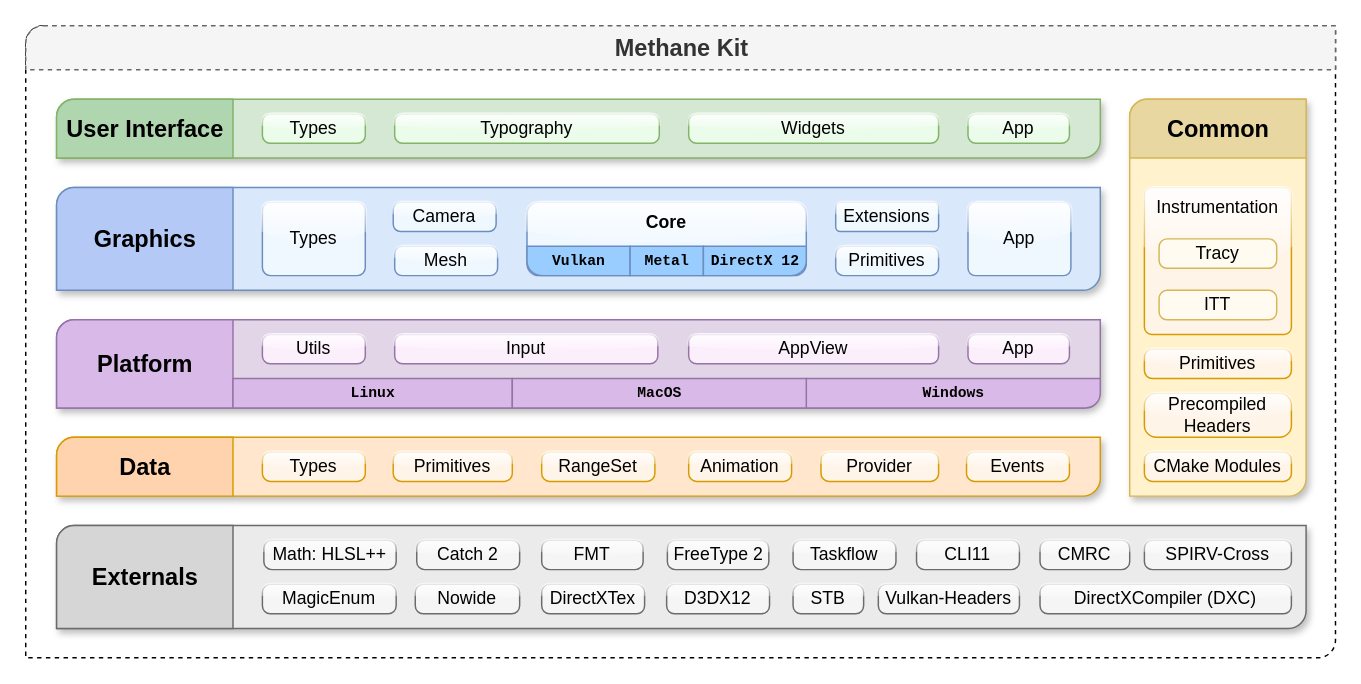
Before: Docs/Diagrams/MethaneKit_HighLevel_Architecture.drawio in MethanePowered/MethaneKit, a draw.io diagram. Source tidied: cells renumbered, new cells numbered last; positions are measured from the earlier drawing's top-left corner, leaving out a move shared by most shapes. Both pictures are drawn from the tidied source at 147%, with x=0, y=0 at pixel (25, 25).
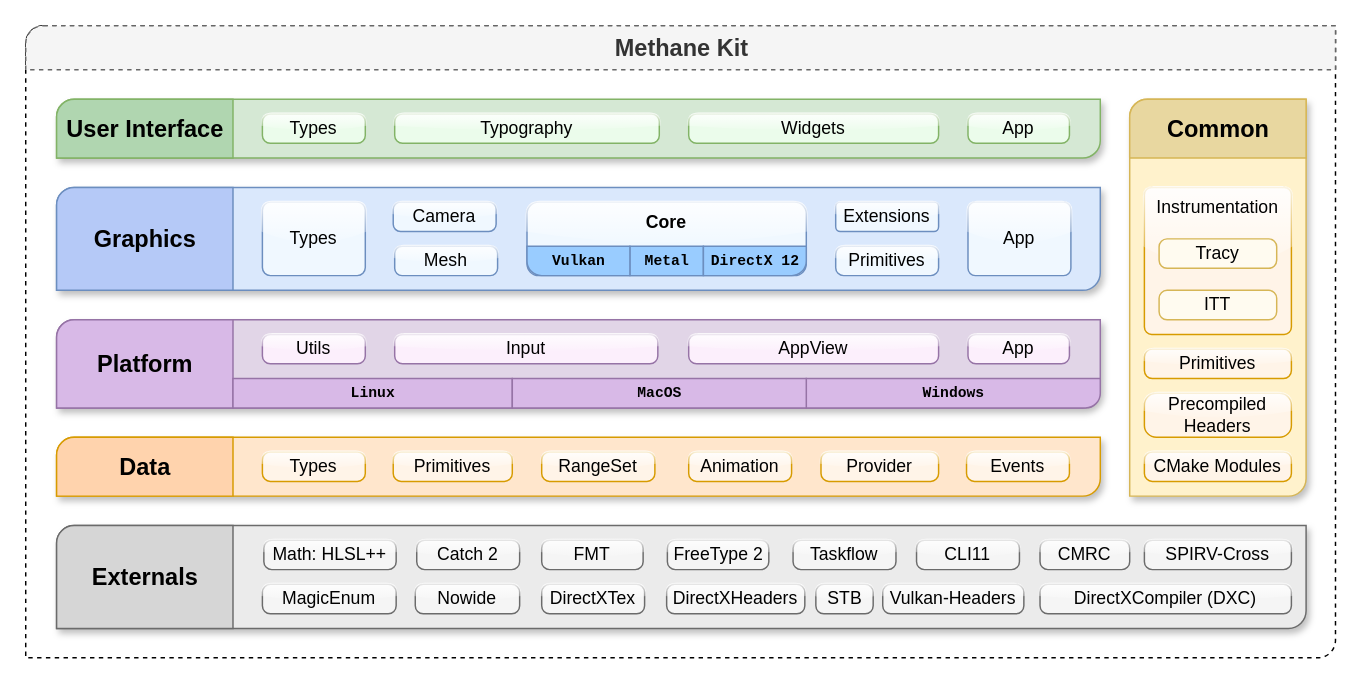
The same diagram, later.

Change to the diagram source:
```diff
@@
     <mxCell id="49" value="STB" style="rounded=1;whiteSpace=wrap;html=1;arcSize=27;glass=1;shadow=0;fillColor=#F5F5F5;strokeColor=#6B6B6B;" parent="1" vertex="1">
-      <mxGeometry x="522" y="380" width="48" height="20" as="geometry" />
+      <mxGeometry x="537.5" y="380" width="39" height="20" as="geometry" />
     </mxCell>
@@
     <mxCell id="51" value="Vulkan-Headers&lt;br&gt;" style="rounded=1;whiteSpace=wrap;html=1;arcSize=27;glass=1;shadow=0;fillColor=#F5F5F5;strokeColor=#6B6B6B;" parent="1" vertex="1">
-      <mxGeometry x="580" y="380" width="96" height="20" as="geometry" />
+      <mxGeometry x="583" y="380" width="96" height="20" as="geometry" />
     </mxCell>
-    <mxCell id="52" value="D3DX12" style="rounded=1;whiteSpace=wrap;html=1;arcSize=27;glass=1;shadow=0;fillColor=#F5F5F5;strokeColor=#6B6B6B;" parent="1" vertex="1">
-      <mxGeometry x="436" y="380" width="70" height="20" as="geometry" />
+    <mxCell id="52" value="DirectXHeaders" style="rounded=1;whiteSpace=wrap;html=1;arcSize=27;glass=1;shadow=0;fillColor=#F5F5F5;strokeColor=#6B6B6B;" parent="1" vertex="1">
+      <mxGeometry x="436" y="380" width="94" height="20" as="geometry" />
     </mxCell>
```
